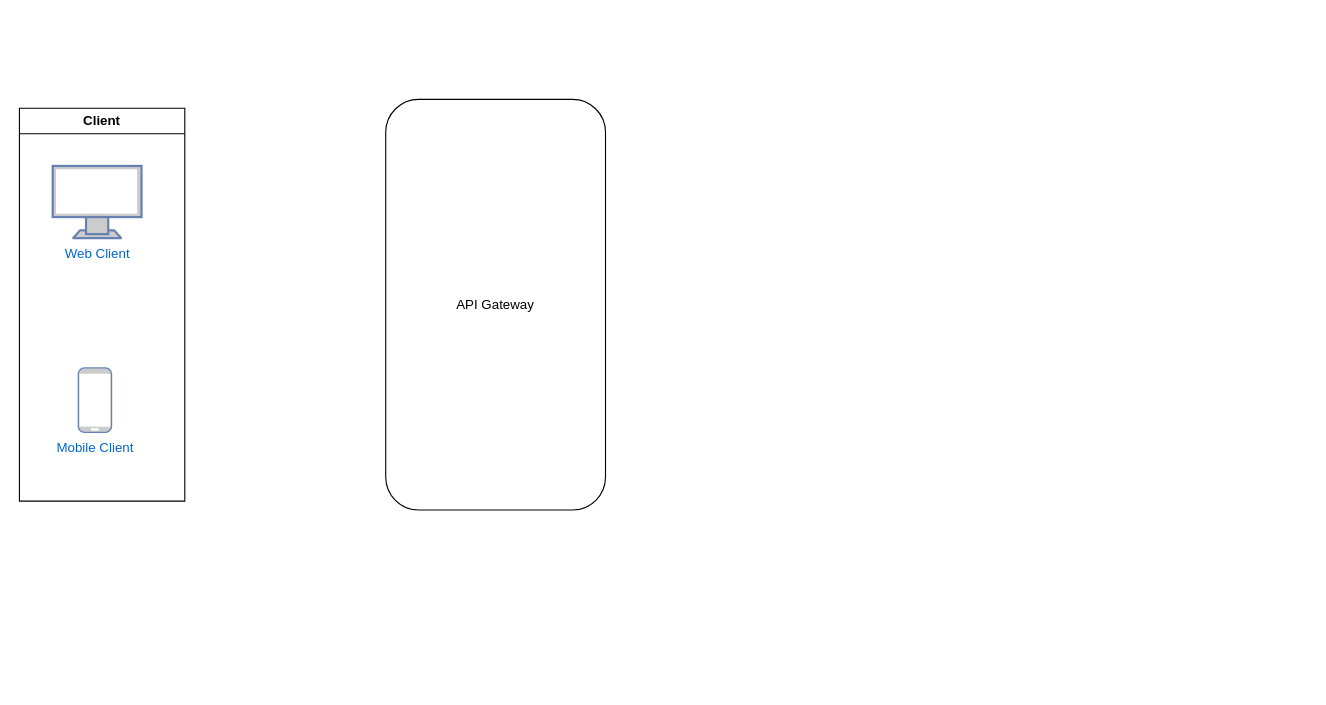
Above: architecture.drawio in WardZid/AudioWave (draw.io), before the change. Source tidied: cells renumbered, new cells numbered last; positions are measured from the earlier drawing's top-left corner, leaving out a move shared by most shapes. Both pictures are drawn from the tidied source at 111%, with x=0, y=0 at pixel (19, 99). Pictures stored in the file or linked from it are replaced by grey dashed boxes.
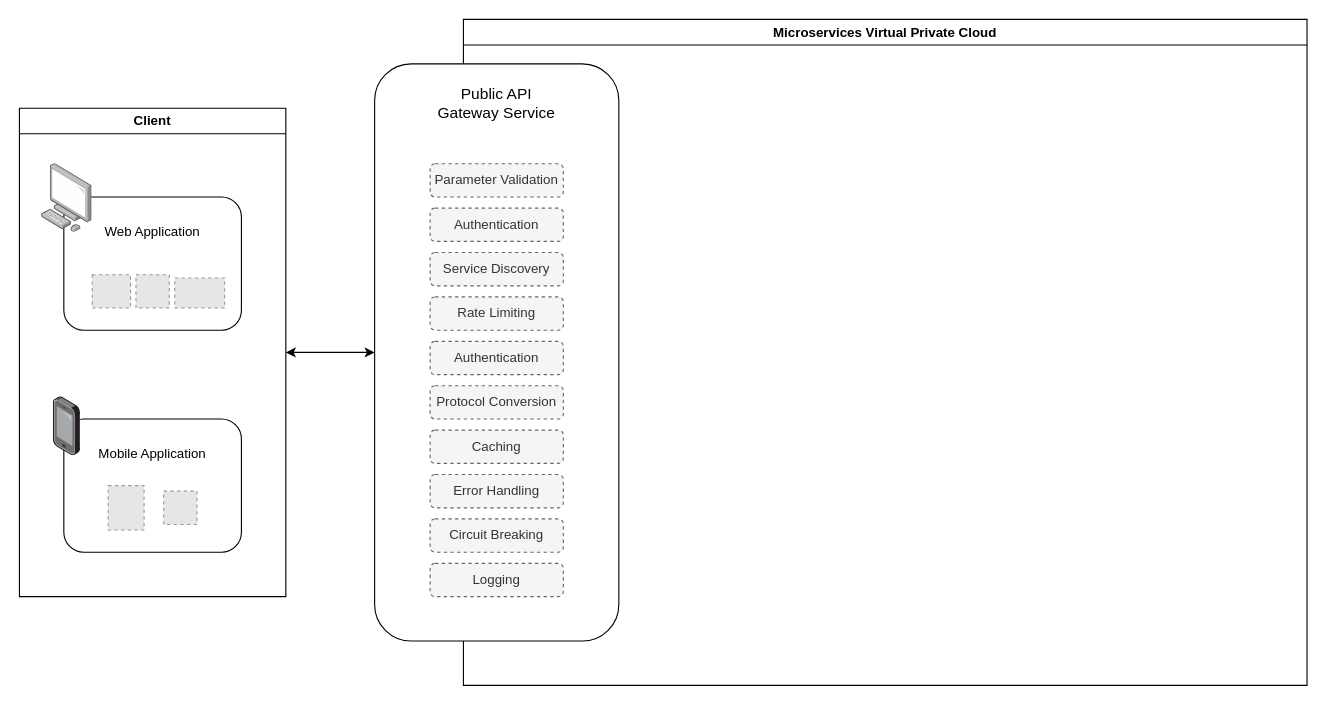
The same diagram, later.

What changed in the source:
```diff
@@
-    <mxCell id="2" value="Web Client" style="fontColor=#0066CC;verticalAlign=top;verticalLabelPosition=bottom;labelPosition=center;align=center;html=1;fillColor=#CCCCCC;strokeColor=#6881B3;gradientColor=none;gradientDirection=north;strokeWidth=2;shape=mxgraph.networks.monitor;" parent="1" vertex="1">
-      <mxGeometry x="30" y="60" width="80" height="65" as="geometry" />
-    </mxCell>
-    <mxCell id="3" value="Mobile Client" style="fontColor=#0066CC;verticalAlign=top;verticalLabelPosition=bottom;labelPosition=center;align=center;html=1;fillColor=#CCCCCC;strokeColor=#6881B3;gradientColor=none;gradientDirection=north;strokeWidth=2;shape=mxgraph.networks.mobile;" parent="1" vertex="1">
-      <mxGeometry x="53" y="242" width="30" height="58" as="geometry" />
-    </mxCell>
-    <mxCell id="4" value="Client" style="swimlane;whiteSpace=wrap;html=1;" parent="1" vertex="1">
-      <mxGeometry y="8" width="149" height="354" as="geometry" />
+    <mxCell id="4" value="Client" style="swimlane;whiteSpace=wrap;html=1;startSize=23;fillColor=default;" parent="1" vertex="1">
+      <mxGeometry y="8" width="240" height="440" as="geometry" />
     </mxCell>
-    <mxCell id="5" value="API Gateway" style="rounded=1;whiteSpace=wrap;html=1;" parent="1" vertex="1">
-      <mxGeometry x="330" width="198" height="370" as="geometry" />
-    </mxCell>
+    <mxCell id="6" value="Web Application&lt;div&gt;&lt;br&gt;&lt;/div&gt;&lt;div&gt;&lt;br&gt;&lt;/div&gt;&lt;div&gt;&lt;br&gt;&lt;/div&gt;&lt;div&gt;&lt;br&gt;&lt;/div&gt;" style="rounded=1;whiteSpace=wrap;html=1;" parent="4" vertex="1">
+      <mxGeometry x="40" y="80" width="160" height="120" as="geometry" />
+    </mxCell>
+    <mxCell id="7" style="image;html=1;align=center;shadow=0;dashed=0;image=img/lib/allied_telesis/computer_and_terminals/Personal_Computer.svg;" parent="4" vertex="1">
+      <mxGeometry x="20" y="50" width="45.6" height="61.8" as="geometry" />
+    </mxCell>
+    <mxCell id="8" style="fillColor=#E6E6E6;strokeColor=#999999;dashed=1;verticalLabelPosition=bottom;labelBackgroundColor=default;verticalAlign=top;" parent="4" vertex="1">
+      <mxGeometry x="65.6" y="150" width="34.5" height="30" as="geometry" />
+    </mxCell>
+    <mxCell id="9" style="fillColor=#E6E6E6;strokeColor=#999999;dashed=1;verticalLabelPosition=bottom;labelBackgroundColor=default;verticalAlign=top;" parent="4" vertex="1">
+      <mxGeometry x="105" y="150" width="30" height="30" as="geometry" />
+    </mxCell>
+    <mxCell id="10" style="fillColor=#E6E6E6;strokeColor=#999999;dashed=1;verticalLabelPosition=bottom;labelBackgroundColor=default;verticalAlign=top;" parent="4" vertex="1">
+      <mxGeometry x="140" y="153" width="44.9" height="27" as="geometry" />
+    </mxCell>
+    <mxCell id="11" value="Mobile Application&lt;div&gt;&lt;br&gt;&lt;/div&gt;&lt;div&gt;&lt;br&gt;&lt;/div&gt;&lt;div&gt;&lt;br&gt;&lt;/div&gt;&lt;div&gt;&lt;br&gt;&lt;/div&gt;" style="rounded=1;whiteSpace=wrap;html=1;" parent="4" vertex="1">
+      <mxGeometry x="40" y="280" width="160" height="120" as="geometry" />
+    </mxCell>
+    <mxCell id="12" style="fillColor=#E6E6E6;strokeColor=#999999;dashed=1;verticalLabelPosition=bottom;labelBackgroundColor=default;verticalAlign=top;" parent="4" vertex="1">
+      <mxGeometry x="80" y="340" width="32.3" height="40" as="geometry" />
+    </mxCell>
+    <mxCell id="13" style="fillColor=#E6E6E6;strokeColor=#999999;dashed=1;verticalLabelPosition=bottom;labelBackgroundColor=default;verticalAlign=top;" parent="4" vertex="1">
+      <mxGeometry x="130" y="345" width="30" height="30" as="geometry" />
+    </mxCell>
+    <mxCell id="14" style="image;html=1;align=center;shadow=0;dashed=0;image=img/lib/allied_telesis/computer_and_terminals/Smartphone.svg;" parent="4" vertex="1">
+      <mxGeometry x="30.6" y="260" width="24.4" height="53.2" as="geometry" />
+    </mxCell>
+    <mxCell id="15" value="Microservices Virtual Private Cloud" style="swimlane;whiteSpace=wrap;html=1;" parent="1" vertex="1">
+      <mxGeometry x="400" y="-72" width="760" height="600" as="geometry" />
+    </mxCell>
+    <mxCell id="16" style="rounded=1;whiteSpace=wrap;html=1;" parent="15" vertex="1">
+      <mxGeometry x="-80" y="40" width="220" height="520" as="geometry" />
+    </mxCell>
+    <mxCell id="17" value="&lt;font style=&quot;font-size: 14px;&quot;&gt;Public API&lt;/font&gt;&lt;div style=&quot;font-size: 14px;&quot;&gt;&lt;font style=&quot;font-size: 14px;&quot;&gt;Gateway Service&lt;/font&gt;&lt;/div&gt;" style="text;html=1;align=center;verticalAlign=middle;whiteSpace=wrap;rounded=0;" parent="15" vertex="1">
+      <mxGeometry x="-35" y="60" width="130" height="30" as="geometry" />
+    </mxCell>
+    <mxCell id="18" value="Authentication" style="rounded=1;whiteSpace=wrap;html=1;dashed=1;fillColor=#f5f5f5;strokeColor=#666666;fontColor=#333333;" parent="15" vertex="1">
+      <mxGeometry x="-30" y="170" width="120" height="30" as="geometry" />
+    </mxCell>
+    <mxCell id="19" value="Parameter Validation" style="rounded=1;whiteSpace=wrap;html=1;dashed=1;fillColor=#f5f5f5;strokeColor=#666666;fontColor=#333333;" parent="15" vertex="1">
+      <mxGeometry x="-30" y="130" width="120" height="30" as="geometry" />
+    </mxCell>
+    <mxCell id="20" value="Protocol Conversion" style="rounded=1;whiteSpace=wrap;html=1;dashed=1;fillColor=#f5f5f5;strokeColor=#666666;fontColor=#333333;" parent="15" vertex="1">
+      <mxGeometry x="-30" y="330" width="120" height="30" as="geometry" />
+    </mxCell>
+    <mxCell id="21" value="Authentication" style="rounded=1;whiteSpace=wrap;html=1;dashed=1;fillColor=#f5f5f5;strokeColor=#666666;fontColor=#333333;" parent="15" vertex="1">
+      <mxGeometry x="-30" y="290" width="120" height="30" as="geometry" />
+    </mxCell>
+    <mxCell id="22" value="Rate Limiting" style="rounded=1;whiteSpace=wrap;html=1;dashed=1;fillColor=#f5f5f5;strokeColor=#666666;fontColor=#333333;" parent="15" vertex="1">
+      <mxGeometry x="-30" y="250" width="120" height="30" as="geometry" />
+    </mxCell>
+    <mxCell id="23" value="Service Discovery" style="rounded=1;whiteSpace=wrap;html=1;dashed=1;fillColor=#f5f5f5;strokeColor=#666666;fontColor=#333333;" parent="15" vertex="1">
+      <mxGeometry x="-30" y="210" width="120" height="30" as="geometry" />
+    </mxCell>
+    <mxCell id="24" value="Caching" style="rounded=1;whiteSpace=wrap;html=1;dashed=1;fillColor=#f5f5f5;strokeColor=#666666;fontColor=#333333;" parent="15" vertex="1">
+      <mxGeometry x="-30" y="370" width="120" height="30" as="geometry" />
+    </mxCell>
+    <mxCell id="25" value="Error Handling" style="rounded=1;whiteSpace=wrap;html=1;dashed=1;fillColor=#f5f5f5;strokeColor=#666666;fontColor=#333333;" parent="15" vertex="1">
+      <mxGeometry x="-30" y="410" width="120" height="30" as="geometry" />
+    </mxCell>
+    <mxCell id="26" value="Logging" style="rounded=1;whiteSpace=wrap;html=1;dashed=1;fillColor=#f5f5f5;strokeColor=#666666;fontColor=#333333;" parent="15" vertex="1">
+      <mxGeometry x="-30" y="490" width="120" height="30" as="geometry" />
+    </mxCell>
+    <mxCell id="27" value="Circuit Breaking" style="rounded=1;whiteSpace=wrap;html=1;dashed=1;fillColor=#f5f5f5;strokeColor=#666666;fontColor=#333333;" parent="15" vertex="1">
+      <mxGeometry x="-30" y="450" width="120" height="30" as="geometry" />
+    </mxCell>
+    <mxCell id="28" style="endArrow=classic;startArrow=classic;html=1;rounded=0;exitX=1;exitY=0.5;exitDx=0;exitDy=0;entryX=0;entryY=0.5;entryDx=0;entryDy=0;" parent="1" edge="1" source="4" target="16">
+      <mxGeometry relative="1" as="geometry" />
+    </mxCell>
```
